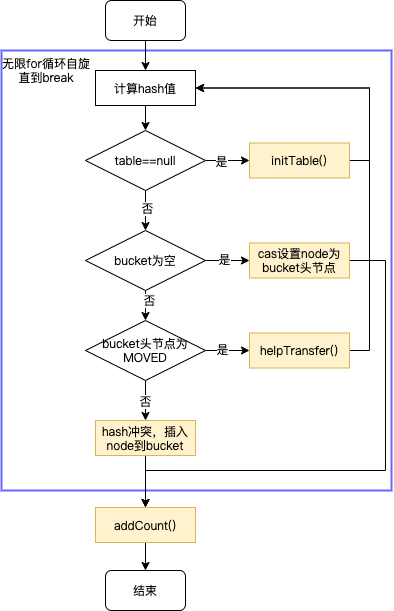
The draw.io diagram concurrenthashmap_put1.png in CCMEOW/diagrams, before a commit. Source tidied: cells renumbered, new cells last; positions are measured from the earlier drawing's top-left corner, leaving out a move shared by most shapes.
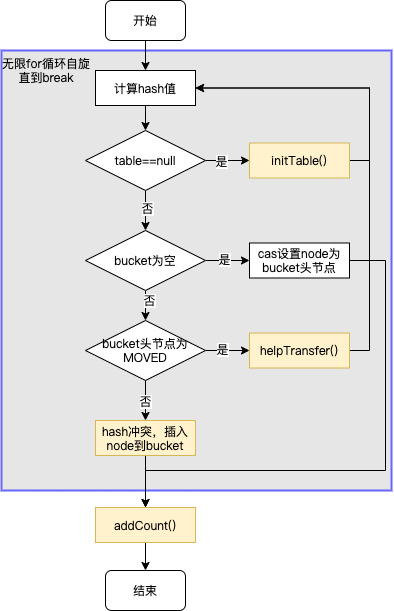
The same file after the commit.

Change to the diagram source:
```diff
@@ -2,7 +2,7 @@
   <root>
     <mxCell id="0" />
     <mxCell id="1" parent="0" />
-    <mxCell id="2" style="rounded=0;whiteSpace=wrap;html=1;strokeWidth=2;gradientColor=#ffffff;fillColor=none;strokeColor=#6666FF;" parent="1" vertex="1">
+    <mxCell id="2" style="rounded=0;whiteSpace=wrap;html=1;strokeWidth=2;fillColor=#E6E6E6;strokeColor=#6666FF;" parent="1" vertex="1">
       <mxGeometry y="50" width="390" height="440" as="geometry" />
     </mxCell>
     <mxCell id="3" style="edgeStyle=orthogonalEdgeStyle;rounded=0;jettySize=auto;html=1;exitX=1;exitY=0.5;exitDx=0;exitDy=0;entryX=0;entryY=0.5;entryDx=0;entryDy=0;" parent="1" edge="1" source="7" target="11">
@@ -71,7 +71,7 @@
         </Array>
       </mxGeometry>
     </mxCell>
-    <mxCell id="23" value="&lt;font face=&quot;Mircrosoft Yahei&quot;&gt;cas设置node为bucket头节点&lt;/font&gt;" style="rounded=0;whiteSpace=wrap;html=1;strokeWidth=1;fillColor=#fff2cc;strokeColor=#d6b656;" parent="1" vertex="1">
+    <mxCell id="23" value="&lt;font face=&quot;Mircrosoft Yahei&quot;&gt;cas设置node为bucket头节点&lt;/font&gt;" style="rounded=0;whiteSpace=wrap;html=1;strokeWidth=1;" parent="1" vertex="1">
       <mxGeometry x="248" y="242.5" width="100" height="35" as="geometry" />
     </mxCell>
     <mxCell id="24" style="edgeStyle=orthogonalEdgeStyle;rounded=0;jettySize=auto;html=1;exitX=1;exitY=0.5;exitDx=0;exitDy=0;entryX=1;entryY=0.5;entryDx=0;entryDy=0;" parent="1" edge="1" source="25" target="31">
```
